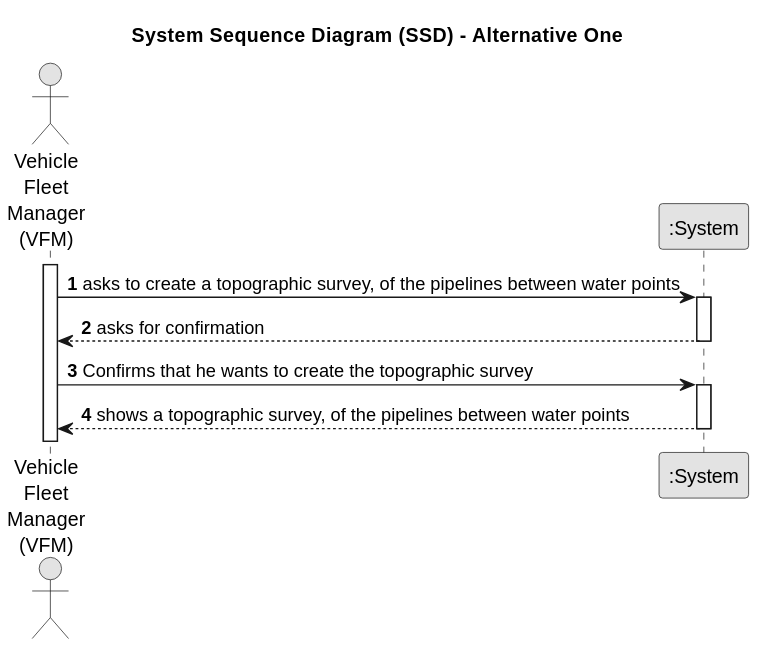
This is docs/sprintB/us013/01.requirements-engineering/svg/us013-system-sequence-diagram-alternative-one.svg from diogoveirospro/lei-24-s2-1dg-g072, a PlantUML export, as it was before one commit. Its diagram source:
```plantuml
@startuml
skinparam monochrome true
skinparam packageStyle rectangle
skinparam shadowing false

title System Sequence Diagram (SSD) - Alternative One

autonumber

actor "Vehicle\nFleet\nManager\n(VFM)" as Employee
participant ":System" as System

activate Employee

    Employee -> System : asks to create a topographic survey, of the pipelines between water points

    activate System

        System --> Employee : asks for confirmation
    deactivate System
    Employee -> System : Confirms that he wants to create the topographic survey
        activate System

            System --> Employee : shows a topographic survey, of the pipelines between water points
        deactivate System
@enduml
```
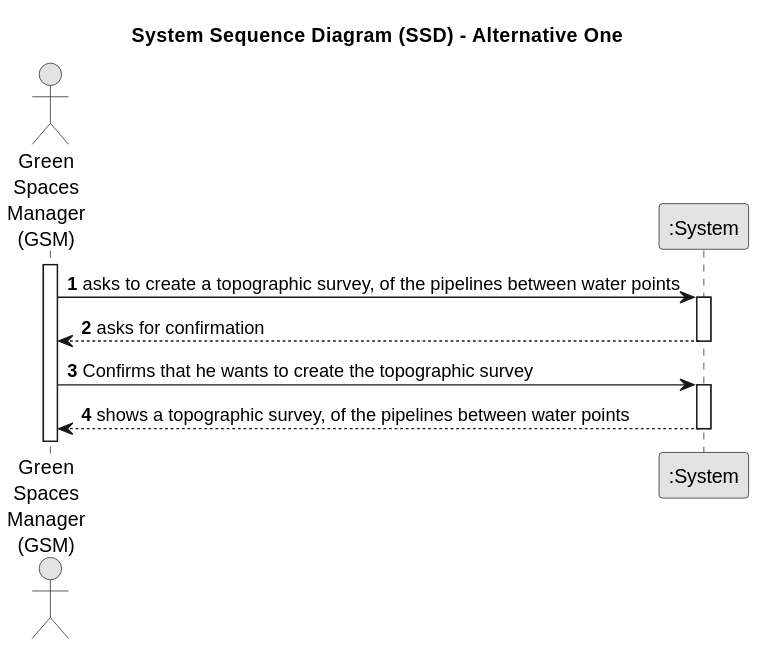
The same diagram one commit later.

The edit, as a diff of the source:
```diff
@@ -7,7 +7,7 @@
 
 autonumber
 
-actor "Vehicle\nFleet\nManager\n(VFM)" as Employee
+actor "Green\nSpaces\nManager\n(GSM)" as Employee
 participant ":System" as System
 
 activate Employee
```
